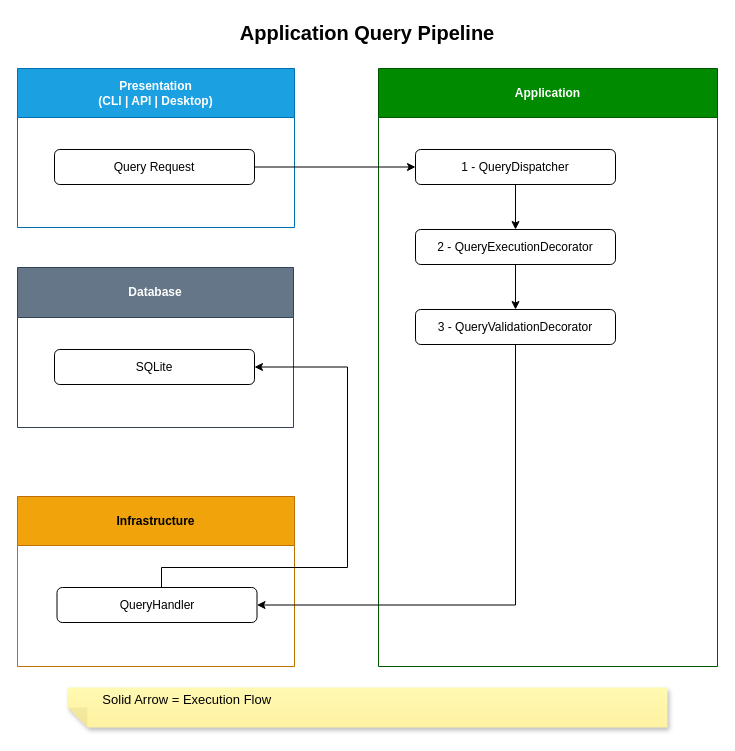
Earlier version of the draw.io diagram docs/application/application-query-pipeline.drawio (sergio-lopes-developer/whoami). Source tidied: cells renumbered, new cells numbered last; positions are measured from the earlier drawing's top-left corner, leaving out a move shared by most shapes. Both pictures are drawn from the tidied source at 100%, with x=0, y=0 at pixel (17, 17).
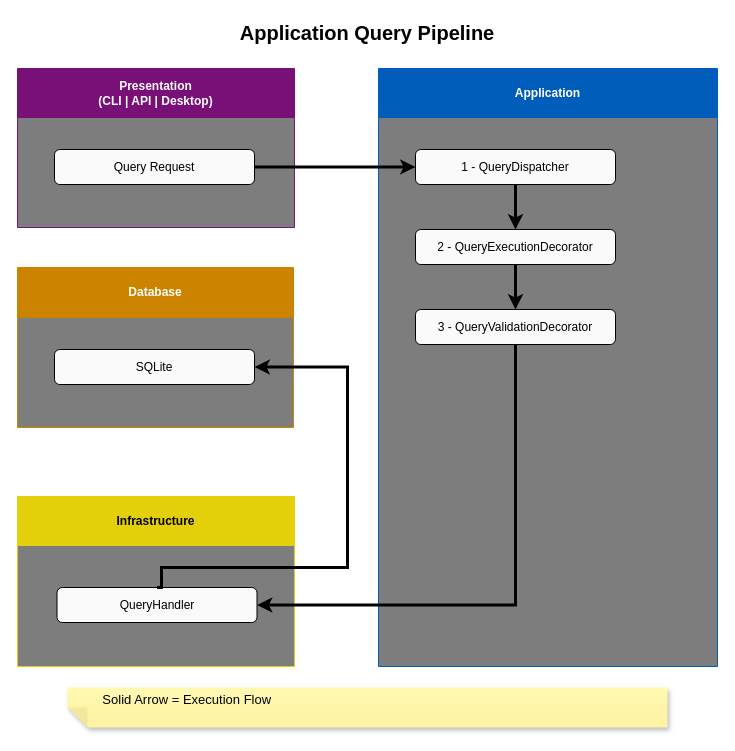
After the change.

Commit message (it also covers changes not shown here):
docs: fix diagram colors for GitHub light and dark mode

Change to the diagram source:
```diff
@@
-    <mxCell id="2" value="Presentation&#10;(CLI | API | Desktop)" style="swimlane;whiteSpace=wrap;html=1;startSize=49;fillColor=#1ba1e2;strokeColor=#006EAF;fontColor=#ffffff;swimlaneFillColor=default;gradientColor=none;" parent="1" vertex="1">
+    <mxCell id="2" value="Presentation&#10;(CLI | API | Desktop)" style="swimlane;whiteSpace=wrap;html=1;startSize=49;fillColor=light-dark(#781078,#781078);strokeColor=light-dark(#781078,#781078);fontColor=light-dark(#FFFFFF,#FFFFFF);swimlaneFillColor=light-dark(#7D7D7D,#7D7D7D);gradientColor=none;fillStyle=solid;" parent="1" vertex="1">
       <mxGeometry y="51" width="277" height="159" as="geometry" />
     </mxCell>
-    <mxCell id="3" value="Query Request" style="rounded=1;whiteSpace=wrap;html=1;fillColor=none;" parent="2" vertex="1">
+    <mxCell id="3" value="Query Request" style="rounded=1;whiteSpace=wrap;html=1;fillColor=light-dark(#FAFAFA,#FAFAFA);fillStyle=solid;fontColor=light-dark(#000000,#000000);" parent="2" vertex="1">
       <mxGeometry x="37" y="81" width="200" height="35" as="geometry" />
     </mxCell>
-    <mxCell id="4" value="&lt;div&gt;Application&lt;/div&gt;" style="swimlane;whiteSpace=wrap;html=1;startSize=49;fillColor=#008a00;strokeColor=#005700;fontColor=#ffffff;swimlaneFillColor=default;gradientColor=none;" parent="1" vertex="1">
+    <mxCell id="4" value="&lt;div&gt;Application&lt;/div&gt;" style="swimlane;whiteSpace=wrap;html=1;startSize=49;fillColor=light-dark(#005EBA,#005EBA);strokeColor=light-dark(#005EBA,#005EBA);fontColor=light-dark(#FFFFFF,#FFFFFF);swimlaneFillColor=light-dark(#7D7D7D,#7D7D7D);gradientColor=none;fillStyle=solid;" parent="1" vertex="1">
       <mxGeometry x="361" y="51" width="339" height="598" as="geometry" />
     </mxCell>
-    <mxCell id="5" style="edgeStyle=orthogonalEdgeStyle;rounded=0;jettySize=auto;html=1;entryX=0.5;entryY=0;entryDx=0;entryDy=0;" parent="4" edge="1" source="6" target="8">
+    <mxCell id="5" style="edgeStyle=orthogonalEdgeStyle;rounded=0;jettySize=auto;html=1;entryX=0.5;entryY=0;entryDx=0;entryDy=0;strokeWidth=3;fontColor=light-dark(#000000,#FFFFFF);" parent="4" edge="1" source="6" target="8">
       <mxGeometry relative="1" as="geometry" />
     </mxCell>
-    <mxCell id="6" value="1 - QueryDispatcher" style="rounded=1;whiteSpace=wrap;html=1;fillColor=none;" parent="4" vertex="1">
+    <mxCell id="6" value="1 - QueryDispatcher" style="rounded=1;whiteSpace=wrap;html=1;fillColor=light-dark(#FAFAFA,#FAFAFA);fontColor=light-dark(#000000,#000000);fillStyle=solid;" parent="4" vertex="1">
       <mxGeometry x="37" y="81" width="200" height="35" as="geometry" />
     </mxCell>
-    <mxCell id="7" style="edgeStyle=orthogonalEdgeStyle;rounded=0;jettySize=auto;html=1;exitX=0.5;exitY=1;exitDx=0;exitDy=0;entryX=0.5;entryY=0;entryDx=0;entryDy=0;" parent="4" edge="1" source="8" target="9">
+    <mxCell id="7" style="edgeStyle=orthogonalEdgeStyle;rounded=0;jettySize=auto;html=1;exitX=0.5;exitY=1;exitDx=0;exitDy=0;entryX=0.5;entryY=0;entryDx=0;entryDy=0;strokeWidth=3;fontColor=light-dark(#000000,#FFFFFF);" parent="4" edge="1" source="8" target="9">
       <mxGeometry relative="1" as="geometry" />
     </mxCell>
-    <mxCell id="8" value="2 - QueryExecutionDecorator" style="rounded=1;whiteSpace=wrap;html=1;fillColor=none;" parent="4" vertex="1">
+    <mxCell id="8" value="2 - QueryExecutionDecorator" style="rounded=1;whiteSpace=wrap;html=1;fillColor=light-dark(#FAFAFA,#FAFAFA);fontColor=light-dark(#000000,#000000);fillStyle=solid;" parent="4" vertex="1">
       <mxGeometry x="37" y="161" width="200" height="35" as="geometry" />
     </mxCell>
-    <mxCell id="9" value="3 - QueryValidationDecorator" style="rounded=1;whiteSpace=wrap;html=1;fillColor=none;" parent="4" vertex="1">
+    <mxCell id="9" value="3 - QueryValidationDecorator" style="rounded=1;whiteSpace=wrap;html=1;fillColor=light-dark(#FAFAFA,#FAFAFA);fontColor=light-dark(#000000,#000000);fillStyle=solid;" parent="4" vertex="1">
       <mxGeometry x="37" y="241" width="200" height="35" as="geometry" />
     </mxCell>
-    <mxCell id="10" value="&lt;div&gt;Infrastructure&lt;/div&gt;" style="swimlane;whiteSpace=wrap;html=1;startSize=49;fillColor=#f0a30a;strokeColor=#BD7000;fontColor=#000000;swimlaneFillColor=default;" parent="1" vertex="1">
+    <mxCell id="10" value="&lt;div&gt;Infrastructure&lt;/div&gt;" style="swimlane;whiteSpace=wrap;html=1;startSize=49;fillColor=light-dark(#E4D00A,#E4D00A);strokeColor=light-dark(#E4D00A,#E4D00A);fontColor=light-dark(#000000,#000000);swimlaneFillColor=light-dark(#7D7D7D,#7D7D7D);fillStyle=solid;" parent="1" vertex="1">
       <mxGeometry y="479" width="277" height="170" as="geometry" />
     </mxCell>
-    <mxCell id="11" value="QueryHandler" style="rounded=1;whiteSpace=wrap;html=1;fillColor=none;" parent="10" vertex="1">
+    <mxCell id="11" value="QueryHandler" style="rounded=1;whiteSpace=wrap;html=1;fillColor=light-dark(#FAFAFA,#FAFAFA);fontColor=light-dark(#000000,#000000);fillStyle=solid;" parent="10" vertex="1">
       <mxGeometry x="39.5" y="91" width="200" height="35" as="geometry" />
     </mxCell>
-    <mxCell id="12" style="edgeStyle=orthogonalEdgeStyle;rounded=0;jettySize=auto;html=1;exitX=1;exitY=0.5;exitDx=0;exitDy=0;entryX=0;entryY=0.5;entryDx=0;entryDy=0;" parent="1" edge="1" source="3" target="6">
+    <mxCell id="12" style="edgeStyle=orthogonalEdgeStyle;rounded=0;jettySize=auto;html=1;exitX=1;exitY=0.5;exitDx=0;exitDy=0;entryX=0;entryY=0.5;entryDx=0;entryDy=0;strokeWidth=3;fontColor=light-dark(#000000,#FFFFFF);" parent="1" edge="1" source="3" target="6">
       <mxGeometry relative="1" as="geometry" />
     </mxCell>
-    <mxCell id="13" value="Application Query Pipeline" style="text;html=1;whiteSpace=wrap;strokeColor=none;fillColor=none;align=center;verticalAlign=middle;rounded=0;gradientColor=none;fontSize=20;fontStyle=1;" parent="1" vertex="1">
+    <mxCell id="13" value="Application Query Pipeline" style="text;html=1;whiteSpace=wrap;strokeColor=none;fillColor=none;align=center;verticalAlign=middle;rounded=0;gradientColor=none;fontSize=20;fontStyle=1;fontColor=light-dark(#000000,#FFFFFF);" parent="1" vertex="1">
       <mxGeometry width="700" height="30" as="geometry" />
     </mxCell>
-    <mxCell id="14" value="Database" style="swimlane;whiteSpace=wrap;html=1;fillColor=#647687;strokeColor=#314354;startSize=50;fontColor=#ffffff;swimlaneFillColor=default;gradientColor=none;" parent="1" vertex="1">
+    <mxCell id="14" value="Database" style="swimlane;whiteSpace=wrap;html=1;fillColor=light-dark(#CC8400,#CC8400);strokeColor=light-dark(#CC8400,#CC8400);startSize=50;fontColor=#ffffff;swimlaneFillColor=light-dark(#7D7D7D,#7D7D7D);gradientColor=none;fillStyle=solid;" parent="1" vertex="1">
       <mxGeometry y="250" width="276" height="160" as="geometry" />
     </mxCell>
-    <mxCell id="15" value="SQLite" style="rounded=1;whiteSpace=wrap;html=1;fillColor=none;" parent="14" vertex="1">
+    <mxCell id="15" value="SQLite" style="rounded=1;whiteSpace=wrap;html=1;fillColor=light-dark(#FAFAFA,#FAFAFA);fontColor=light-dark(#000000,#000000);fillStyle=solid;" parent="14" vertex="1">
       <mxGeometry x="37" y="82" width="200" height="35" as="geometry" />
     </mxCell>
-    <mxCell id="16" style="edgeStyle=orthogonalEdgeStyle;rounded=0;jettySize=auto;html=1;exitX=0.5;exitY=0;exitDx=0;exitDy=0;entryX=1;entryY=0.5;entryDx=0;entryDy=0;" parent="1" edge="1" source="11" target="15">
+    <mxCell id="16" style="edgeStyle=orthogonalEdgeStyle;rounded=0;jettySize=auto;html=1;exitX=0.5;exitY=0;exitDx=0;exitDy=0;entryX=1;entryY=0.5;entryDx=0;entryDy=0;strokeWidth=3;fontColor=light-dark(#000000,#FFFFFF);" parent="1" edge="1" source="11" target="15">
       <mxGeometry relative="1" as="geometry">
         <Array as="points">
           <mxPoint x="144" y="550" />
           <mxPoint x="330" y="550" />
           <mxPoint x="330" y="350" />
         </Array>
       </mxGeometry>
     </mxCell>
@@
-    <mxCell id="18" style="edgeStyle=orthogonalEdgeStyle;rounded=0;jettySize=auto;html=1;exitX=0.5;exitY=1;exitDx=0;exitDy=0;entryX=1;entryY=0.5;entryDx=0;entryDy=0;" parent="1" edge="1" source="9" target="11">
+    <mxCell id="18" style="edgeStyle=orthogonalEdgeStyle;rounded=0;jettySize=auto;html=1;exitX=0.5;exitY=1;exitDx=0;exitDy=0;entryX=1;entryY=0.5;entryDx=0;entryDy=0;strokeWidth=3;fontColor=light-dark(#000000,#FFFFFF);" parent="1" edge="1" source="9" target="11">
       <mxGeometry relative="1" as="geometry" />
     </mxCell>
```
